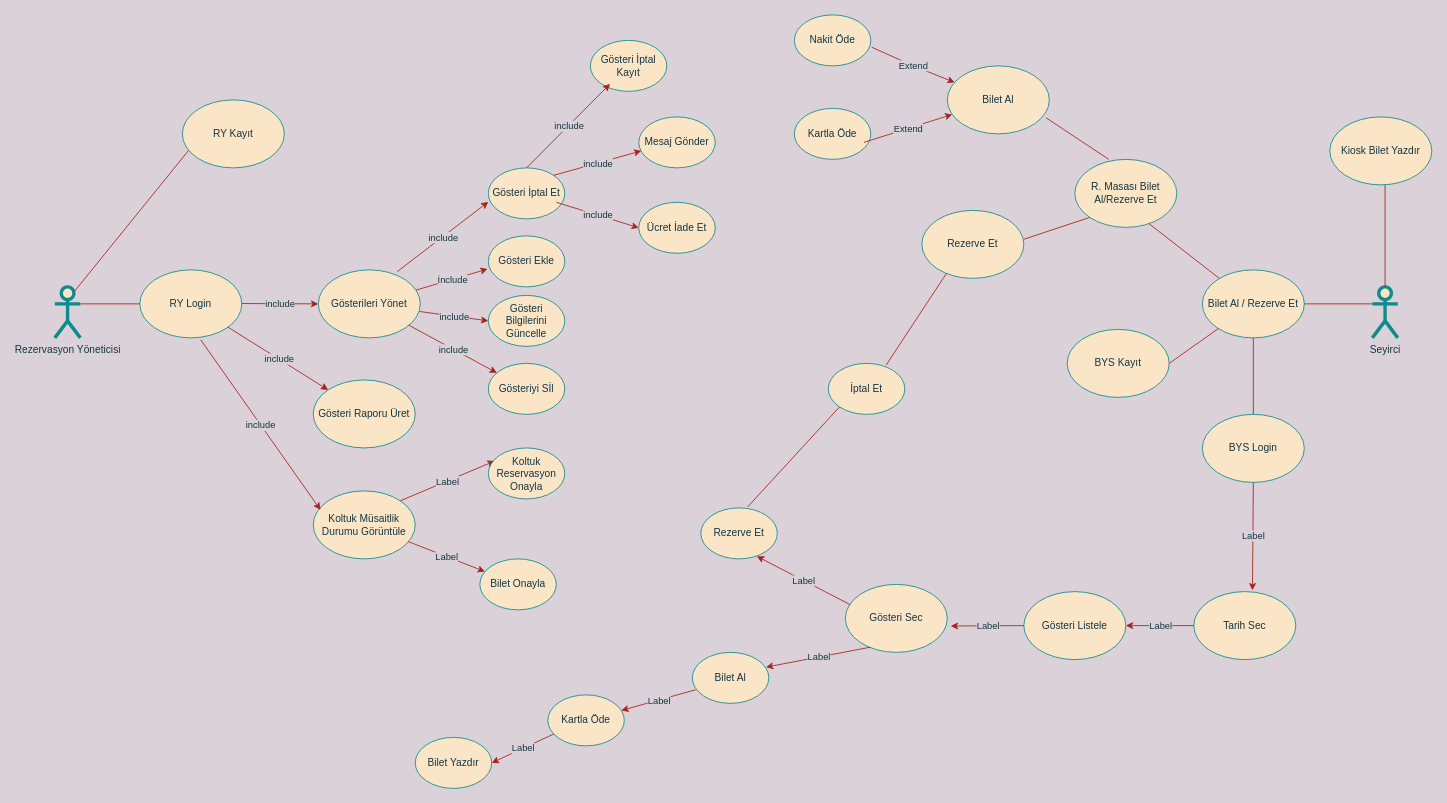
This is TBS USE_CASE_DIAGRAM.drawio from hhasanguclu/use_case_diagram, a draw.io file, before an edit. Source tidied: cells renumbered, new cells numbered last; positions are measured from the earlier drawing's top-left corner, leaving out a move shared by most shapes. Both pictures are drawn from the tidied source at 85%, with x=0, y=0 at pixel (54, 14).
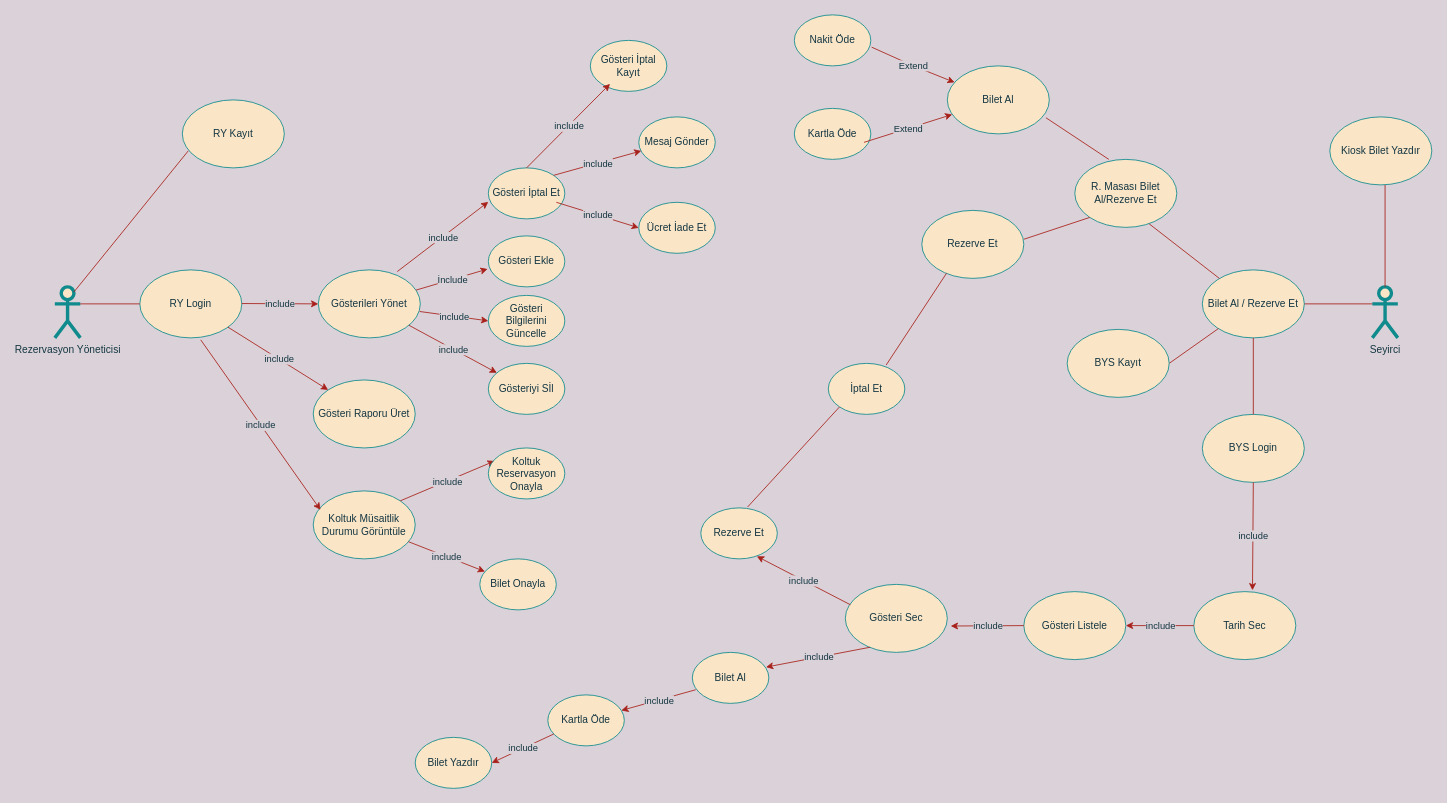
Above is the later version.

The change refers to these unchanged cells:
```xml
<mxCell id="19" style="endArrow=classic;html=1;labelBackgroundColor=#DAD2D8;strokeColor=#A8201A;fontColor=#143642;" parent="1" edge="1" source="11" target="12">
  <mxGeometry relative="1" as="geometry" />
</mxCell>
<mxCell id="23" style="endArrow=classic;html=1;entryX=0.083;entryY=0.256;entryDx=0;entryDy=0;entryPerimeter=0;exitX=1;exitY=0;exitDx=0;exitDy=0;labelBackgroundColor=#DAD2D8;strokeColor=#A8201A;fontColor=#143642;" parent="1" edge="1" source="11" target="25">
  <mxGeometry relative="1" as="geometry" />
</mxCell>
<mxCell id="37" style="endArrow=classic;html=1;exitX=0;exitY=0.5;exitDx=0;exitDy=0;entryX=1;entryY=0.5;entryDx=0;entryDy=0;labelBackgroundColor=#DAD2D8;strokeColor=#A8201A;fontColor=#143642;" parent="1" edge="1" source="35" target="36">
  <mxGeometry relative="1" as="geometry" />
</mxCell>
<mxCell id="39" style="endArrow=classic;html=1;exitX=0;exitY=0.5;exitDx=0;exitDy=0;labelBackgroundColor=#DAD2D8;strokeColor=#A8201A;fontColor=#143642;" parent="1" edge="1" source="36">
  <mxGeometry relative="1" as="geometry">
    <mxPoint x="1054" y="719" as="targetPoint" />
  </mxGeometry>
</mxCell>
<mxCell id="41" style="endArrow=classic;html=1;exitX=0.05;exitY=0.3;exitDx=0;exitDy=0;exitPerimeter=0;entryX=0.733;entryY=0.95;entryDx=0;entryDy=0;entryPerimeter=0;labelBackgroundColor=#DAD2D8;strokeColor=#A8201A;fontColor=#143642;" parent="1" edge="1" source="32" target="33">
  <mxGeometry relative="1" as="geometry" />
</mxCell>
<mxCell id="43" style="endArrow=classic;html=1;exitX=0.242;exitY=0.925;exitDx=0;exitDy=0;exitPerimeter=0;entryX=0.963;entryY=0.289;entryDx=0;entryDy=0;entryPerimeter=0;labelBackgroundColor=#DAD2D8;strokeColor=#A8201A;fontColor=#143642;" parent="1" edge="1" source="32" target="34">
  <mxGeometry relative="1" as="geometry" />
</mxCell>
<mxCell id="68" style="endArrow=classic;html=1;exitX=0.5;exitY=1;exitDx=0;exitDy=0;entryX=0.575;entryY=-0.019;entryDx=0;entryDy=0;entryPerimeter=0;labelBackgroundColor=#DAD2D8;strokeColor=#A8201A;fontColor=#143642;" parent="1" edge="1" source="66" target="35">
  <mxGeometry relative="1" as="geometry" />
</mxCell>
<mxCell id="75" style="endArrow=classic;html=1;exitX=0.044;exitY=0.733;exitDx=0;exitDy=0;exitPerimeter=0;labelBackgroundColor=#DAD2D8;strokeColor=#A8201A;fontColor=#143642;" parent="1" edge="1" source="34" target="74">
  <mxGeometry relative="1" as="geometry" />
</mxCell>
<mxCell id="78" style="endArrow=classic;html=1;exitX=0.078;exitY=0.767;exitDx=0;exitDy=0;exitPerimeter=0;entryX=1;entryY=0.5;entryDx=0;entryDy=0;labelBackgroundColor=#DAD2D8;strokeColor=#A8201A;fontColor=#143642;" parent="1" edge="1" source="74" target="77">
  <mxGeometry relative="1" as="geometry" />
</mxCell>
```

Diff of the diagram source:
```diff
@@
-    <mxCell id="20" value="Label" style="edgeLabel;html=1;align=center;verticalAlign=middle;labelBackgroundColor=#DAD2D8;fontColor=#143642;" parent="19" vertex="1">
+    <mxCell id="20" value="include" style="edgeLabel;html=1;align=center;verticalAlign=middle;labelBackgroundColor=#DAD2D8;fontColor=#143642;" parent="19" vertex="1">
       <mxGeometry relative="1" as="geometry" />
     </mxCell>
@@
-    <mxCell id="24" value="Label" style="edgeLabel;html=1;align=center;verticalAlign=middle;labelBackgroundColor=#DAD2D8;fontColor=#143642;" parent="23" vertex="1">
+    <mxCell id="24" value="include" style="edgeLabel;html=1;align=center;verticalAlign=middle;labelBackgroundColor=#DAD2D8;fontColor=#143642;" parent="23" vertex="1">
       <mxGeometry relative="1" as="geometry" />
     </mxCell>
@@
-    <mxCell id="38" value="Label" style="edgeLabel;html=1;align=center;verticalAlign=middle;labelBackgroundColor=#DAD2D8;fontColor=#143642;" parent="37" vertex="1">
+    <mxCell id="38" value="include" style="edgeLabel;html=1;align=center;verticalAlign=middle;labelBackgroundColor=#DAD2D8;fontColor=#143642;" parent="37" vertex="1">
       <mxGeometry relative="1" as="geometry" />
     </mxCell>
@@
-    <mxCell id="40" value="Label" style="edgeLabel;html=1;align=center;verticalAlign=middle;labelBackgroundColor=#DAD2D8;fontColor=#143642;" parent="39" vertex="1">
+    <mxCell id="40" value="include" style="edgeLabel;html=1;align=center;verticalAlign=middle;labelBackgroundColor=#DAD2D8;fontColor=#143642;" parent="39" vertex="1">
       <mxGeometry relative="1" as="geometry" />
     </mxCell>
@@
-    <mxCell id="42" value="Label" style="edgeLabel;html=1;align=center;verticalAlign=middle;labelBackgroundColor=#DAD2D8;fontColor=#143642;" parent="41" vertex="1">
+    <mxCell id="42" value="include" style="edgeLabel;html=1;align=center;verticalAlign=middle;labelBackgroundColor=#DAD2D8;fontColor=#143642;" parent="41" vertex="1">
       <mxGeometry relative="1" as="geometry" />
     </mxCell>
@@
-    <mxCell id="44" value="Label" style="edgeLabel;html=1;align=center;verticalAlign=middle;labelBackgroundColor=#DAD2D8;fontColor=#143642;" parent="43" vertex="1">
+    <mxCell id="44" value="include" style="edgeLabel;html=1;align=center;verticalAlign=middle;labelBackgroundColor=#DAD2D8;fontColor=#143642;" parent="43" vertex="1">
       <mxGeometry relative="1" as="geometry" />
     </mxCell>
@@
-    <mxCell id="69" value="Label" style="edgeLabel;html=1;align=center;verticalAlign=middle;labelBackgroundColor=#DAD2D8;fontColor=#143642;" parent="68" vertex="1">
+    <mxCell id="69" value="include" style="edgeLabel;html=1;align=center;verticalAlign=middle;labelBackgroundColor=#DAD2D8;fontColor=#143642;" parent="68" vertex="1">
       <mxGeometry relative="1" as="geometry" />
     </mxCell>
@@
-    <mxCell id="76" value="Label" style="edgeLabel;html=1;align=center;verticalAlign=middle;labelBackgroundColor=#DAD2D8;fontColor=#143642;" parent="75" vertex="1">
+    <mxCell id="76" value="include" style="edgeLabel;html=1;align=center;verticalAlign=middle;labelBackgroundColor=#DAD2D8;fontColor=#143642;" parent="75" vertex="1">
       <mxGeometry relative="1" as="geometry" />
     </mxCell>
@@
-    <mxCell id="79" value="Label" style="edgeLabel;html=1;align=center;verticalAlign=middle;labelBackgroundColor=#DAD2D8;fontColor=#143642;" parent="78" vertex="1">
+    <mxCell id="79" value="include" style="edgeLabel;html=1;align=center;verticalAlign=middle;labelBackgroundColor=#DAD2D8;fontColor=#143642;" parent="78" vertex="1">
       <mxGeometry relative="1" as="geometry" />
     </mxCell>
```
